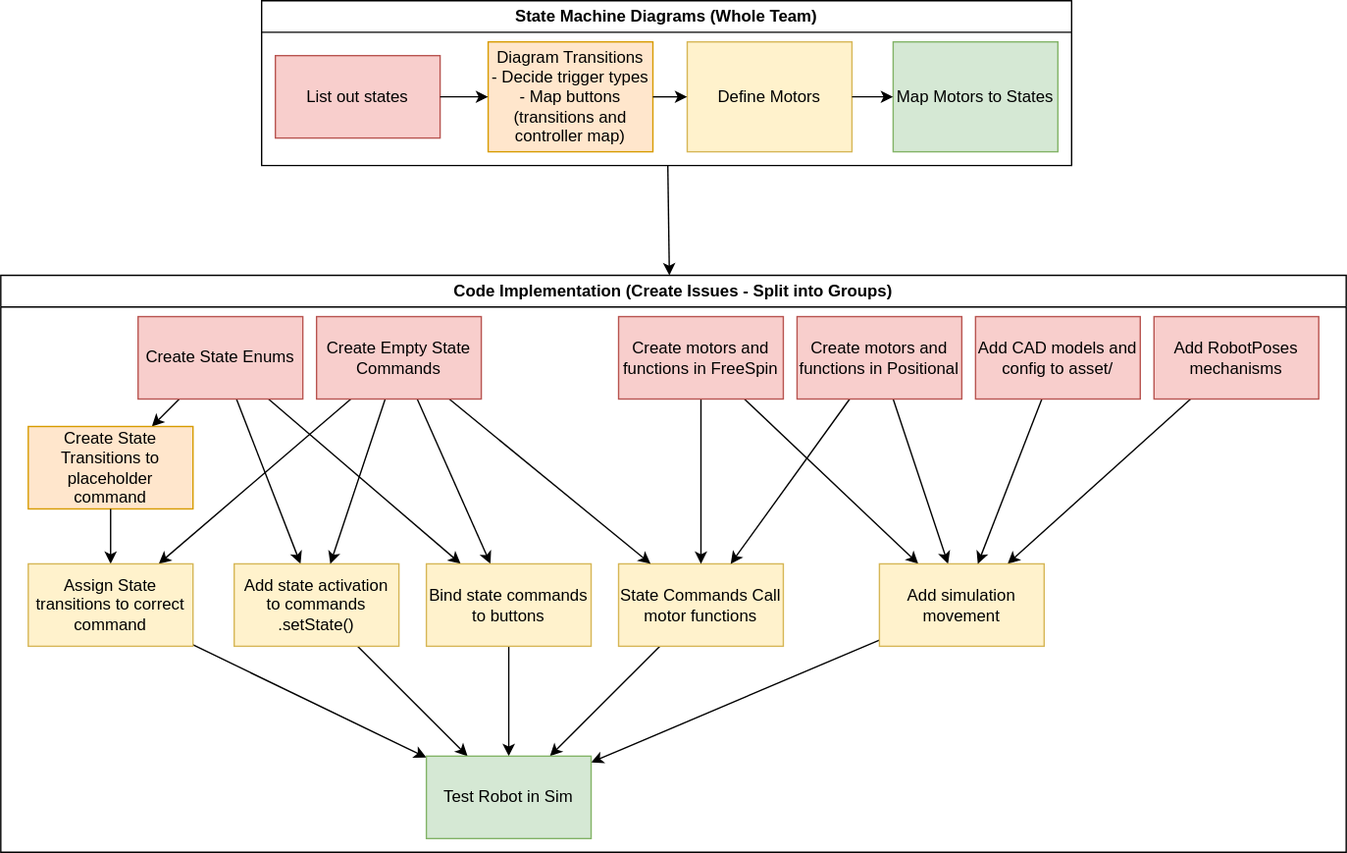
The draw.io diagram design/program_order.drawio.svg in FRCTeam3255/2026_Offbot_Code, before a commit. Source tidied: cells renumbered, new cells last; positions are measured from the earlier drawing's top-left corner, leaving out a move shared by most shapes.
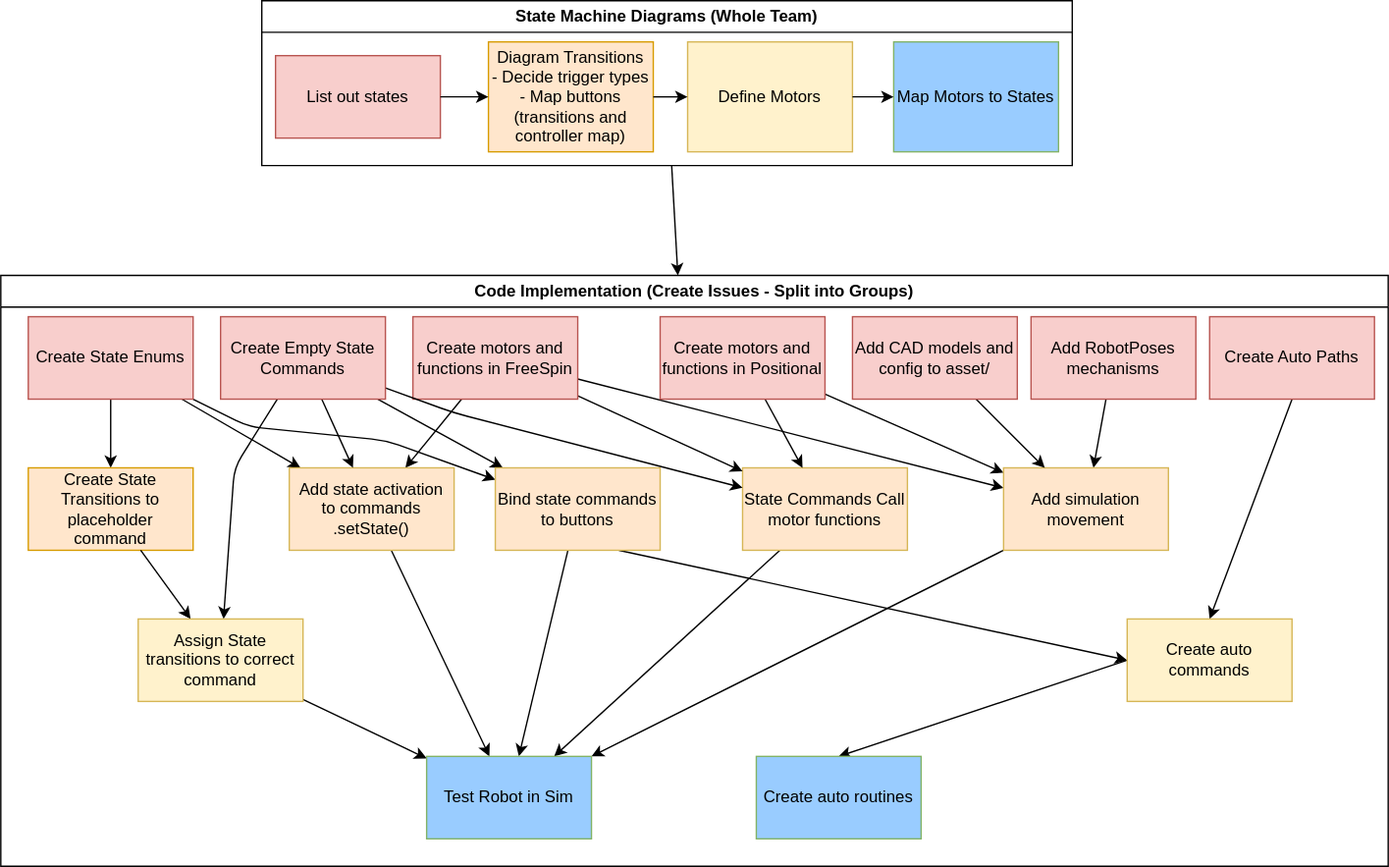
Above is the later version.

Commit message:
included autos into our work plan and changed some colors

Change to the diagram source:
```diff
@@ -23,14 +23,14 @@
     <mxCell id="8" style="edgeStyle=none;html=1;" parent="3" edge="1" source="5" target="7">
       <mxGeometry relative="1" as="geometry" />
     </mxCell>
-    <mxCell id="9" value="Map Motors to States" style="rounded=0;whiteSpace=wrap;html=1;fillColor=#d5e8d4;strokeColor=#82b366;" parent="3" vertex="1">
+    <mxCell id="9" value="Map Motors to States" style="rounded=0;whiteSpace=wrap;html=1;fillColor=#99CCFF;strokeColor=#82b366;" parent="3" vertex="1">
       <mxGeometry x="460" y="30" width="120" height="80" as="geometry" />
     </mxCell>
     <mxCell id="10" style="edgeStyle=none;html=1;" parent="3" edge="1" source="7" target="9">
       <mxGeometry relative="1" as="geometry" />
     </mxCell>
     <mxCell id="11" value="Code Implementation (Create Issues - Split into Groups)" style="swimlane;whiteSpace=wrap;html=1;" parent="1" vertex="1">
-      <mxGeometry y="200" width="980" height="420" as="geometry" />
+      <mxGeometry y="200" width="1010" height="430" as="geometry" />
     </mxCell>
     <mxCell id="12" style="edgeStyle=none;html=1;" parent="11" edge="1" source="15" target="17">
       <mxGeometry relative="1" as="geometry" />
@@ -39,16 +39,21 @@
       <mxGeometry relative="1" as="geometry" />
     </mxCell>
     <mxCell id="14" style="edgeStyle=none;html=1;" parent="11" edge="1" source="15" target="28">
-      <mxGeometry relative="1" as="geometry" />
+      <mxGeometry relative="1" as="geometry">
+        <Array as="points">
+          <mxPoint x="180" y="110" />
+          <mxPoint x="280" y="120" />
+        </Array>
+      </mxGeometry>
     </mxCell>
     <mxCell id="15" value="Create State Enums" style="whiteSpace=wrap;html=1;fillColor=#f8cecc;strokeColor=#b85450;" parent="11" vertex="1">
-      <mxGeometry x="100" y="30" width="120" height="60" as="geometry" />
+      <mxGeometry x="20" y="30" width="120" height="60" as="geometry" />
     </mxCell>
     <mxCell id="16" style="edgeStyle=none;html=1;" parent="11" edge="1" source="41" target="39">
       <mxGeometry relative="1" as="geometry" />
     </mxCell>
     <mxCell id="17" value="Create State Transitions to placeholder command" style="whiteSpace=wrap;html=1;fillColor=#ffe6cc;strokeColor=#d79b00;" parent="11" vertex="1">
-      <mxGeometry x="20" y="110" width="120" height="60" as="geometry" />
+      <mxGeometry x="20" y="140" width="120" height="60" as="geometry" />
     </mxCell>
     <mxCell id="18" style="edgeStyle=none;html=1;" parent="11" edge="1" source="38" target="28">
       <mxGeometry relative="1" as="geometry" />
@@ -56,8 +61,8 @@
     <mxCell id="19" style="edgeStyle=none;html=1;" parent="11" edge="1" source="20" target="39">
       <mxGeometry relative="1" as="geometry" />
     </mxCell>
-    <mxCell id="20" value="State Commands Call motor functions" style="whiteSpace=wrap;html=1;fillColor=#fff2cc;strokeColor=#d6b656;" parent="11" vertex="1">
-      <mxGeometry x="450" y="210" width="120" height="60" as="geometry" />
+    <mxCell id="20" value="State Commands Call motor functions" style="whiteSpace=wrap;html=1;fillColor=#FFE6CC;strokeColor=#d6b656;" parent="11" vertex="1">
+      <mxGeometry x="540" y="140" width="120" height="60" as="geometry" />
     </mxCell>
     <mxCell id="21" style="edgeStyle=none;html=1;" parent="11" edge="1" source="23" target="20">
       <mxGeometry relative="1" as="geometry" />
@@ -65,8 +70,11 @@
     <mxCell id="22" style="edgeStyle=none;html=1;" parent="11" edge="1" source="23" target="32">
       <mxGeometry relative="1" as="geometry" />
     </mxCell>
+    <mxCell id="44" style="edgeStyle=none;html=1;" parent="11" edge="1" source="23" target="34">
+      <mxGeometry relative="1" as="geometry" />
+    </mxCell>
     <mxCell id="23" value="Create motors and functions in FreeSpin" style="whiteSpace=wrap;html=1;fillColor=#f8cecc;strokeColor=#b85450;" parent="11" vertex="1">
-      <mxGeometry x="450" y="30" width="120" height="60" as="geometry" />
+      <mxGeometry x="300" y="30" width="120" height="60" as="geometry" />
     </mxCell>
     <mxCell id="24" style="edgeStyle=none;html=1;" parent="11" edge="1" source="26" target="20">
       <mxGeometry relative="1" as="geometry" />
@@ -75,58 +83,84 @@
       <mxGeometry relative="1" as="geometry" />
     </mxCell>
     <mxCell id="26" value="Create motors and functions in Positional" style="whiteSpace=wrap;html=1;fillColor=#f8cecc;strokeColor=#b85450;" parent="11" vertex="1">
-      <mxGeometry x="580" y="30" width="120" height="60" as="geometry" />
+      <mxGeometry x="480" y="30" width="120" height="60" as="geometry" />
     </mxCell>
     <mxCell id="27" style="edgeStyle=none;html=1;" parent="11" edge="1" source="28" target="39">
       <mxGeometry relative="1" as="geometry" />
     </mxCell>
+    <mxCell id="45" style="edgeStyle=none;html=1;exitX=0.75;exitY=1;exitDx=0;exitDy=0;entryX=0;entryY=0.5;entryDx=0;entryDy=0;" parent="11" edge="1" source="28" target="49">
+      <mxGeometry relative="1" as="geometry" />
+    </mxCell>
-    <mxCell id="28" value="Bind state commands to buttons" style="whiteSpace=wrap;html=1;fillColor=#fff2cc;strokeColor=#d6b656;" parent="11" vertex="1">
-      <mxGeometry x="310" y="210" width="120" height="60" as="geometry" />
+    <mxCell id="28" value="Bind state commands to buttons" style="whiteSpace=wrap;html=1;fillColor=#FFE6CC;strokeColor=#d6b656;" parent="11" vertex="1">
+      <mxGeometry x="360" y="140" width="120" height="60" as="geometry" />
     </mxCell>
     <mxCell id="29" style="edgeStyle=none;html=1;" parent="11" edge="1" source="30" target="32">
       <mxGeometry relative="1" as="geometry" />
     </mxCell>
     <mxCell id="30" value="Add RobotPoses mechanisms" style="whiteSpace=wrap;html=1;fillColor=#f8cecc;strokeColor=#b85450;" parent="11" vertex="1">
-      <mxGeometry x="840" y="30" width="120" height="60" as="geometry" />
+      <mxGeometry x="750" y="30" width="120" height="60" as="geometry" />
     </mxCell>
     <mxCell id="31" style="edgeStyle=none;html=1;" parent="11" edge="1" source="32" target="39">
       <mxGeometry relative="1" as="geometry" />
     </mxCell>
-    <mxCell id="32" value="Add simulation movement" style="whiteSpace=wrap;html=1;fillColor=#fff2cc;strokeColor=#d6b656;" parent="11" vertex="1">
-      <mxGeometry x="640" y="210" width="120" height="60" as="geometry" />
+    <mxCell id="32" value="Add simulation movement" style="whiteSpace=wrap;html=1;fillColor=#FFE6CC;strokeColor=#d6b656;" parent="11" vertex="1">
+      <mxGeometry x="730" y="140" width="120" height="60" as="geometry" />
     </mxCell>
     <mxCell id="33" style="edgeStyle=none;html=1;" parent="11" edge="1" source="34" target="39">
       <mxGeometry relative="1" as="geometry" />
     </mxCell>
-    <mxCell id="34" value="Add state activation to commands&lt;div&gt;.setState()&lt;/div&gt;" style="whiteSpace=wrap;html=1;fillColor=#fff2cc;strokeColor=#d6b656;" parent="11" vertex="1">
-      <mxGeometry x="170" y="210" width="120" height="60" as="geometry" />
+    <mxCell id="34" value="Add state activation to commands&lt;div&gt;.setState()&lt;/div&gt;" style="whiteSpace=wrap;html=1;fillColor=#FFE6CC;strokeColor=#d6b656;" parent="11" vertex="1">
+      <mxGeometry x="210" y="140" width="120" height="60" as="geometry" />
     </mxCell>
     <mxCell id="35" style="edgeStyle=none;html=1;" parent="11" edge="1" source="38" target="20">
-      <mxGeometry relative="1" as="geometry" />
+      <mxGeometry relative="1" as="geometry">
+        <Array as="points">
+          <mxPoint x="330" y="100" />
+        </Array>
+      </mxGeometry>
     </mxCell>
     <mxCell id="36" style="edgeStyle=none;html=1;" parent="11" edge="1" source="38" target="34">
       <mxGeometry relative="1" as="geometry" />
     </mxCell>
     <mxCell id="37" style="edgeStyle=none;html=1;" parent="11" edge="1" source="38" target="41">
-      <mxGeometry relative="1" as="geometry" />
+      <mxGeometry relative="1" as="geometry">
+        <Array as="points">
+          <mxPoint x="170" y="140" />
+        </Array>
+      </mxGeometry>
     </mxCell>
     <mxCell id="38" value="Create Empty State Commands" style="whiteSpace=wrap;html=1;fillColor=#f8cecc;strokeColor=#b85450;" parent="11" vertex="1">
-      <mxGeometry x="230" y="30" width="120" height="60" as="geometry" />
+      <mxGeometry x="160" y="30" width="120" height="60" as="geometry" />
     </mxCell>
-    <mxCell id="39" value="Test Robot in Sim" style="whiteSpace=wrap;html=1;fillColor=#d5e8d4;strokeColor=#82b366;" parent="11" vertex="1">
+    <mxCell id="39" value="Test Robot in Sim" style="whiteSpace=wrap;html=1;fillColor=#99CCFF;strokeColor=#82b366;" parent="11" vertex="1">
       <mxGeometry x="310" y="350" width="120" height="60" as="geometry" />
     </mxCell>
     <mxCell id="40" style="edgeStyle=none;html=1;" parent="11" edge="1" source="17" target="41">
       <mxGeometry relative="1" as="geometry" />
     </mxCell>
     <mxCell id="41" value="Assign State transitions to correct command" style="whiteSpace=wrap;html=1;fillColor=#fff2cc;strokeColor=#d6b656;" parent="11" vertex="1">
-      <mxGeometry x="20" y="210" width="120" height="60" as="geometry" />
+      <mxGeometry x="100" y="250" width="120" height="60" as="geometry" />
     </mxCell>
     <mxCell id="42" style="edgeStyle=none;html=1;" parent="11" edge="1" source="43" target="32">
       <mxGeometry relative="1" as="geometry" />
     </mxCell>
     <mxCell id="43" value="Add CAD models and config to asset/" style="whiteSpace=wrap;html=1;fillColor=#f8cecc;strokeColor=#b85450;" parent="11" vertex="1">
-      <mxGeometry x="710" y="30" width="120" height="60" as="geometry" />
+      <mxGeometry x="620" y="30" width="120" height="60" as="geometry" />
     </mxCell>
+    <mxCell id="46" style="edgeStyle=none;html=1;exitX=0.5;exitY=1;exitDx=0;exitDy=0;entryX=0.5;entryY=0;entryDx=0;entryDy=0;" parent="11" edge="1" source="47" target="49">
+      <mxGeometry relative="1" as="geometry" />
+    </mxCell>
+    <mxCell id="47" value="Create Auto Paths" style="rounded=0;whiteSpace=wrap;html=1;fillColor=#f8cecc;strokeColor=#b85450;" parent="11" vertex="1">
+      <mxGeometry x="880" y="30" width="120" height="60" as="geometry" />
+    </mxCell>
+    <mxCell id="48" style="edgeStyle=none;html=1;exitX=0;exitY=0.5;exitDx=0;exitDy=0;entryX=0.5;entryY=0;entryDx=0;entryDy=0;" parent="11" edge="1" source="49" target="50">
+      <mxGeometry relative="1" as="geometry" />
+    </mxCell>
+    <mxCell id="49" value="Create auto commands" style="rounded=0;whiteSpace=wrap;html=1;fillColor=#fff2cc;strokeColor=#d6b656;" parent="11" vertex="1">
+      <mxGeometry x="820" y="250" width="120" height="60" as="geometry" />
+    </mxCell>
+    <mxCell id="50" value="Create auto routines" style="rounded=0;whiteSpace=wrap;html=1;fillColor=#99CCFF;strokeColor=#82b366;" parent="11" vertex="1">
+      <mxGeometry x="550" y="350" width="120" height="60" as="geometry" />
+    </mxCell>
   </root>
 </mxGraphModel>
```
